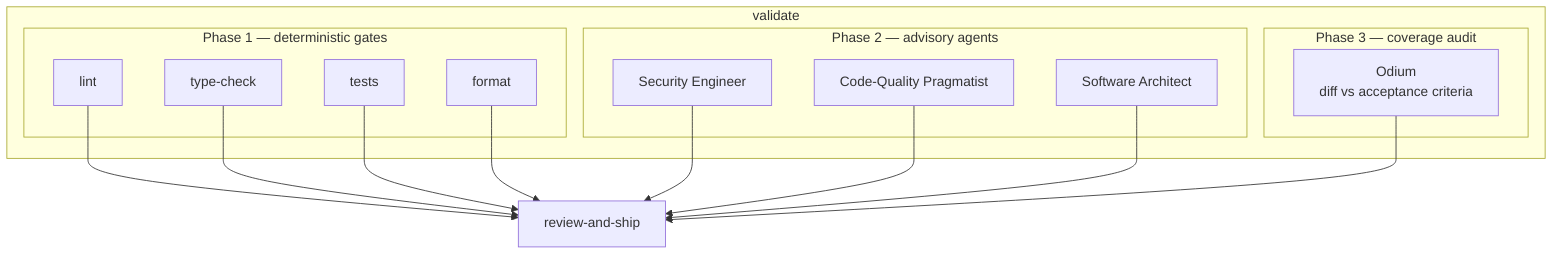
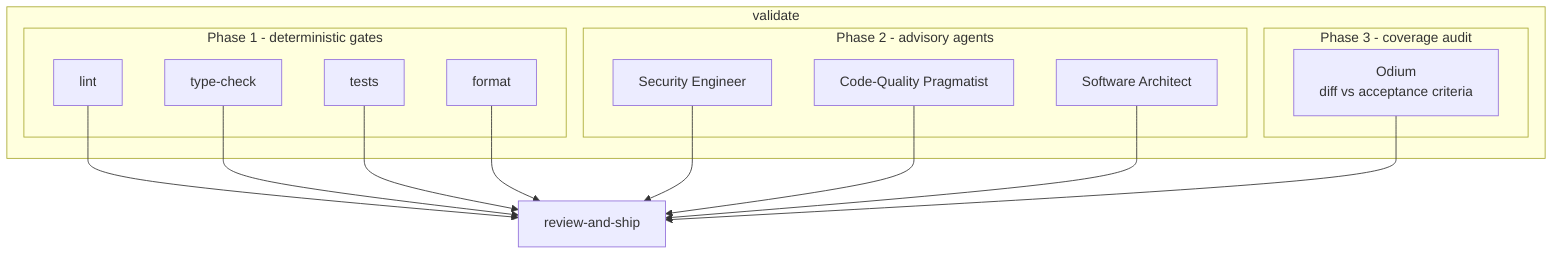
flowchart TB
  subgraph validate["validate"]
-     subgraph p1["Phase 1 — deterministic gates"]
+     subgraph p1["Phase 1 - deterministic gates"]
      lint["lint"]
      types["type-check"]
      tests["tests"]
      fmt["format"]
    end
-     subgraph p2["Phase 2 — advisory agents"]
+     subgraph p2["Phase 2 - advisory agents"]
      sec["Security Engineer"]
      cq["Code-Quality Pragmatist"]
      arch["Software Architect"]
    end
-     subgraph p3["Phase 3 — coverage audit"]
+     subgraph p3["Phase 3 - coverage audit"]
      odium["Odium<br/>diff vs acceptance criteria"]
    end
  end
  findings["review-and-ship"]
  lint --> findings
  types --> findings
  tests --> findings
  fmt --> findings
  sec --> findings
  cq --> findings
  arch --> findings
  odium --> findings

  %% Roles only. Colours are resolved per theme by
  %% scripts/prerender-mermaid.ts (the diagram presentation seam).
  class lint,types,tests,fmt gate
  class sec,cq,arch agent
  class odium audit
  class findings sink
